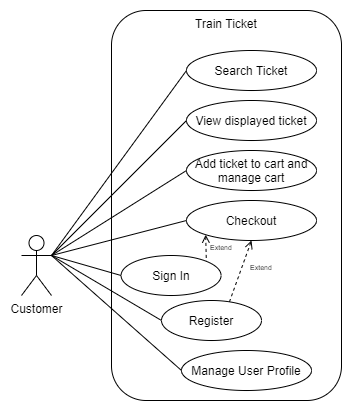
Above: Customer Use Case.png in sn862/SE577_SEPTA (draw.io), before the change. Source tidied: cells renumbered, new cells last; positions are measured from the earlier drawing's top-left corner, leaving out a move shared by most shapes.
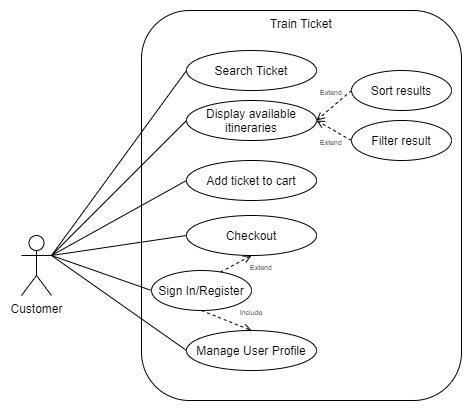
Above is the later version.

Diff of the diagram source:
```diff
@@ -3,7 +3,7 @@
     <mxCell id="0" />
     <mxCell id="1" parent="0" />
     <mxCell id="2" value="Train Ticket" style="rounded=1;whiteSpace=wrap;html=1;verticalAlign=top;" parent="1" vertex="1">
-      <mxGeometry x="90" width="230" height="390" as="geometry" />
+      <mxGeometry x="120" width="320" height="390" as="geometry" />
     </mxCell>
     <mxCell id="3" value="Customer" style="shape=umlActor;verticalLabelPosition=bottom;labelBackgroundColor=#ffffff;verticalAlign=top;html=1;outlineConnect=0;" parent="1" vertex="1">
       <mxGeometry y="225" width="30" height="60" as="geometry" />
@@ -17,50 +17,62 @@
     <mxCell id="6" style="edgeStyle=none;rounded=0;jettySize=auto;html=1;exitX=0;exitY=0.5;exitDx=0;exitDy=0;entryX=1;entryY=0.3333333333333333;entryDx=0;entryDy=0;entryPerimeter=0;endArrow=none;endFill=0;" parent="1" edge="1" source="7" target="3">
       <mxGeometry relative="1" as="geometry" />
     </mxCell>
-    <mxCell id="7" value="View displayed ticket" style="ellipse;whiteSpace=wrap;html=1;" parent="1" vertex="1">
+    <mxCell id="7" value="Display available itineraries" style="ellipse;whiteSpace=wrap;html=1;" parent="1" vertex="1">
       <mxGeometry x="165" y="90" width="130" height="40" as="geometry" />
     </mxCell>
     <mxCell id="8" style="edgeStyle=none;rounded=0;jettySize=auto;html=1;exitX=0;exitY=0.5;exitDx=0;exitDy=0;entryX=1;entryY=0.3333333333333333;entryDx=0;entryDy=0;entryPerimeter=0;endArrow=none;endFill=0;" parent="1" edge="1" source="9" target="3">
       <mxGeometry relative="1" as="geometry" />
     </mxCell>
-    <mxCell id="9" value="Add ticket to cart and manage cart" style="ellipse;whiteSpace=wrap;html=1;" parent="1" vertex="1">
-      <mxGeometry x="165" y="140" width="130" height="40" as="geometry" />
+    <mxCell id="9" value="Add ticket to cart" style="ellipse;whiteSpace=wrap;html=1;" parent="1" vertex="1">
+      <mxGeometry x="165" y="150" width="130" height="40" as="geometry" />
     </mxCell>
     <mxCell id="10" style="edgeStyle=none;rounded=0;jettySize=auto;html=1;exitX=0;exitY=0.5;exitDx=0;exitDy=0;endArrow=none;endFill=0;entryX=1;entryY=0.3333333333333333;entryDx=0;entryDy=0;entryPerimeter=0;" parent="1" edge="1" source="13" target="3">
       <mxGeometry relative="1" as="geometry" />
     </mxCell>
-    <mxCell id="11" style="edgeStyle=none;rounded=0;jettySize=auto;html=1;exitX=0;exitY=1;exitDx=0;exitDy=0;entryX=1;entryY=0;entryDx=0;entryDy=0;endArrow=none;endFill=0;dashed=1;startArrow=open;startFill=0;" parent="1" edge="1" source="13" target="15">
-      <mxGeometry relative="1" as="geometry" />
-    </mxCell>
     <mxCell id="12" style="edgeStyle=none;rounded=0;jettySize=auto;html=1;exitX=0.5;exitY=1;exitDx=0;exitDy=0;entryX=0.676;entryY=0.058;entryDx=0;entryDy=0;entryPerimeter=0;dashed=1;startArrow=open;startFill=0;endArrow=none;endFill=0;" parent="1" edge="1" source="13" target="17">
       <mxGeometry relative="1" as="geometry" />
     </mxCell>
     <mxCell id="13" value="Checkout" style="ellipse;whiteSpace=wrap;html=1;" parent="1" vertex="1">
-      <mxGeometry x="165" y="190" width="130" height="40" as="geometry" />
+      <mxGeometry x="165" y="205" width="130" height="40" as="geometry" />
     </mxCell>
-    <mxCell id="14" style="edgeStyle=none;rounded=0;jettySize=auto;html=1;exitX=0;exitY=0.5;exitDx=0;exitDy=0;entryX=1;entryY=0.3333333333333333;entryDx=0;entryDy=0;entryPerimeter=0;endArrow=none;endFill=0;" parent="1" edge="1" source="15" target="3">
-      <mxGeometry relative="1" as="geometry" />
-    </mxCell>
-    <mxCell id="15" value="Sign In" style="ellipse;whiteSpace=wrap;html=1;" parent="1" vertex="1">
-      <mxGeometry x="99.6" y="245" width="100" height="40" as="geometry" />
-    </mxCell>
     <mxCell id="16" style="edgeStyle=none;rounded=0;jettySize=auto;html=1;exitX=0;exitY=0.5;exitDx=0;exitDy=0;endArrow=none;endFill=0;entryX=1;entryY=0.3333333333333333;entryDx=0;entryDy=0;entryPerimeter=0;" parent="1" edge="1" source="17" target="3">
       <mxGeometry relative="1" as="geometry" />
     </mxCell>
+    <mxCell id="22" style="edgeStyle=none;rounded=0;jettySize=auto;html=1;exitX=0.5;exitY=1;exitDx=0;exitDy=0;entryX=0.5;entryY=0;entryDx=0;entryDy=0;dashed=1;startArrow=none;startFill=0;endArrow=open;endFill=0;" parent="1" edge="1" source="17" target="19">
+      <mxGeometry relative="1" as="geometry" />
+    </mxCell>
-    <mxCell id="17" value="Register" style="ellipse;whiteSpace=wrap;html=1;" parent="1" vertex="1">
-      <mxGeometry x="140" y="290" width="100" height="40" as="geometry" />
+    <mxCell id="17" value="Sign In/Register" style="ellipse;whiteSpace=wrap;html=1;" parent="1" vertex="1">
+      <mxGeometry x="130" y="260" width="100" height="40" as="geometry" />
     </mxCell>
     <mxCell id="18" style="edgeStyle=none;rounded=0;jettySize=auto;html=1;exitX=0;exitY=0.5;exitDx=0;exitDy=0;entryX=1;entryY=0.3333333333333333;entryDx=0;entryDy=0;entryPerimeter=0;endArrow=none;endFill=0;" parent="1" edge="1" source="19" target="3">
       <mxGeometry relative="1" as="geometry" />
     </mxCell>
     <mxCell id="19" value="Manage User Profile" style="ellipse;whiteSpace=wrap;html=1;" parent="1" vertex="1">
-      <mxGeometry x="160" y="340" width="130" height="40" as="geometry" />
+      <mxGeometry x="165" y="320" width="130" height="40" as="geometry" />
     </mxCell>
     <mxCell id="20" value="&lt;font style=&quot;font-size: 7px&quot;&gt;Extend&lt;/font&gt;" style="text;html=1;strokeColor=none;fillColor=none;align=center;verticalAlign=middle;whiteSpace=wrap;rounded=0;" parent="1" vertex="1">
       <mxGeometry x="220" y="245" width="40" height="20" as="geometry" />
     </mxCell>
-    <mxCell id="21" value="&lt;font style=&quot;font-size: 7px&quot;&gt;Extend&lt;/font&gt;" style="text;html=1;strokeColor=none;fillColor=none;align=center;verticalAlign=middle;whiteSpace=wrap;rounded=0;" parent="1" vertex="1">
-      <mxGeometry x="180" y="225" width="40" height="20" as="geometry" />
-    </mxCell>
+    <mxCell id="23" value="&lt;font style=&quot;font-size: 7px&quot;&gt;Include&lt;/font&gt;" style="text;html=1;strokeColor=none;fillColor=none;align=center;verticalAlign=middle;whiteSpace=wrap;rounded=0;" parent="1" vertex="1">
+      <mxGeometry x="210" y="290" width="40" height="20" as="geometry" />
+    </mxCell>
+    <mxCell id="24" style="edgeStyle=none;rounded=0;jettySize=auto;html=1;exitX=0;exitY=0.5;exitDx=0;exitDy=0;dashed=1;startArrow=none;startFill=0;endArrow=open;endFill=0;entryX=1;entryY=0.5;entryDx=0;entryDy=0;" parent="1" edge="1" source="25" target="7">
+      <mxGeometry relative="1" as="geometry" />
+    </mxCell>
+    <mxCell id="25" value="Sort results" style="ellipse;whiteSpace=wrap;html=1;" parent="1" vertex="1">
+      <mxGeometry x="330" y="60" width="100" height="40" as="geometry" />
+    </mxCell>
+    <mxCell id="26" style="edgeStyle=none;rounded=0;jettySize=auto;html=1;exitX=0;exitY=0.5;exitDx=0;exitDy=0;dashed=1;startArrow=none;startFill=0;endArrow=open;endFill=0;entryX=1;entryY=0.5;entryDx=0;entryDy=0;" parent="1" edge="1" source="27" target="7">
+      <mxGeometry relative="1" as="geometry" />
+    </mxCell>
+    <mxCell id="27" value="Filter result" style="ellipse;whiteSpace=wrap;html=1;" parent="1" vertex="1">
+      <mxGeometry x="330" y="110" width="100" height="40" as="geometry" />
+    </mxCell>
+    <mxCell id="28" value="&lt;font style=&quot;font-size: 7px&quot;&gt;Extend&lt;/font&gt;" style="text;html=1;strokeColor=none;fillColor=none;align=center;verticalAlign=middle;whiteSpace=wrap;rounded=0;" parent="1" vertex="1">
+      <mxGeometry x="290" y="70" width="40" height="20" as="geometry" />
+    </mxCell>
+    <mxCell id="29" value="&lt;font style=&quot;font-size: 7px&quot;&gt;Extend&lt;/font&gt;" style="text;html=1;strokeColor=none;fillColor=none;align=center;verticalAlign=middle;whiteSpace=wrap;rounded=0;" parent="1" vertex="1">
+      <mxGeometry x="290" y="120" width="40" height="20" as="geometry" />
+    </mxCell>
   </root>
 </mxGraphModel>
```
